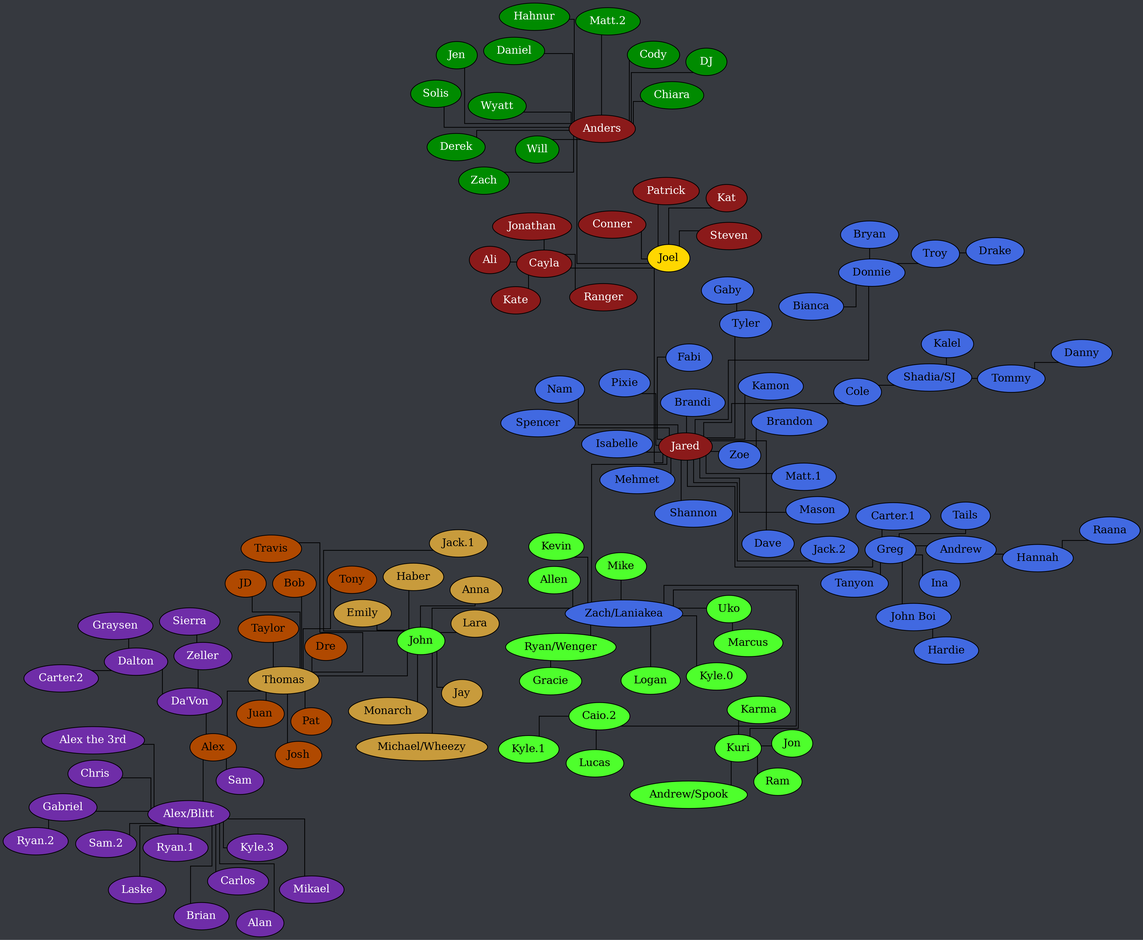
Before: tree.png, a diagram exported from Graphviz (Documidas/CoronaCatzFamilyTree). Its source is kept beside it as tree.dot.
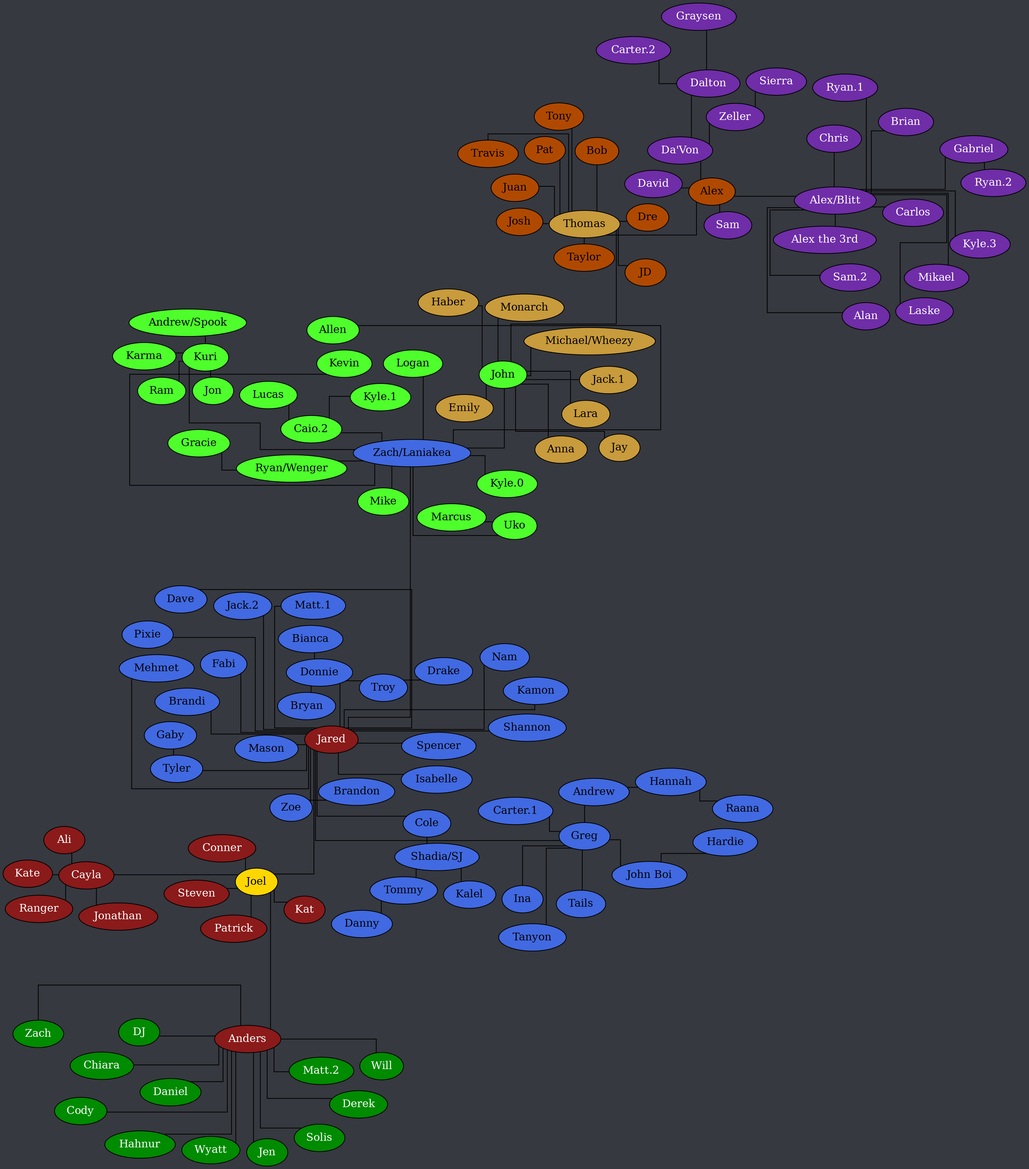
After the change.

The edit, as a diff of the source:
```diff
@@ -150,6 +150,7 @@
 
 		Alex -- "Alex/Blitt";
 		Alex -- "Da'Von";
+		Alex -- David;
 		Alex -- Sam;
 		"Alex/Blitt" -- Alan;
 		"Alex/Blitt" -- "Alex the 3rd";
```
